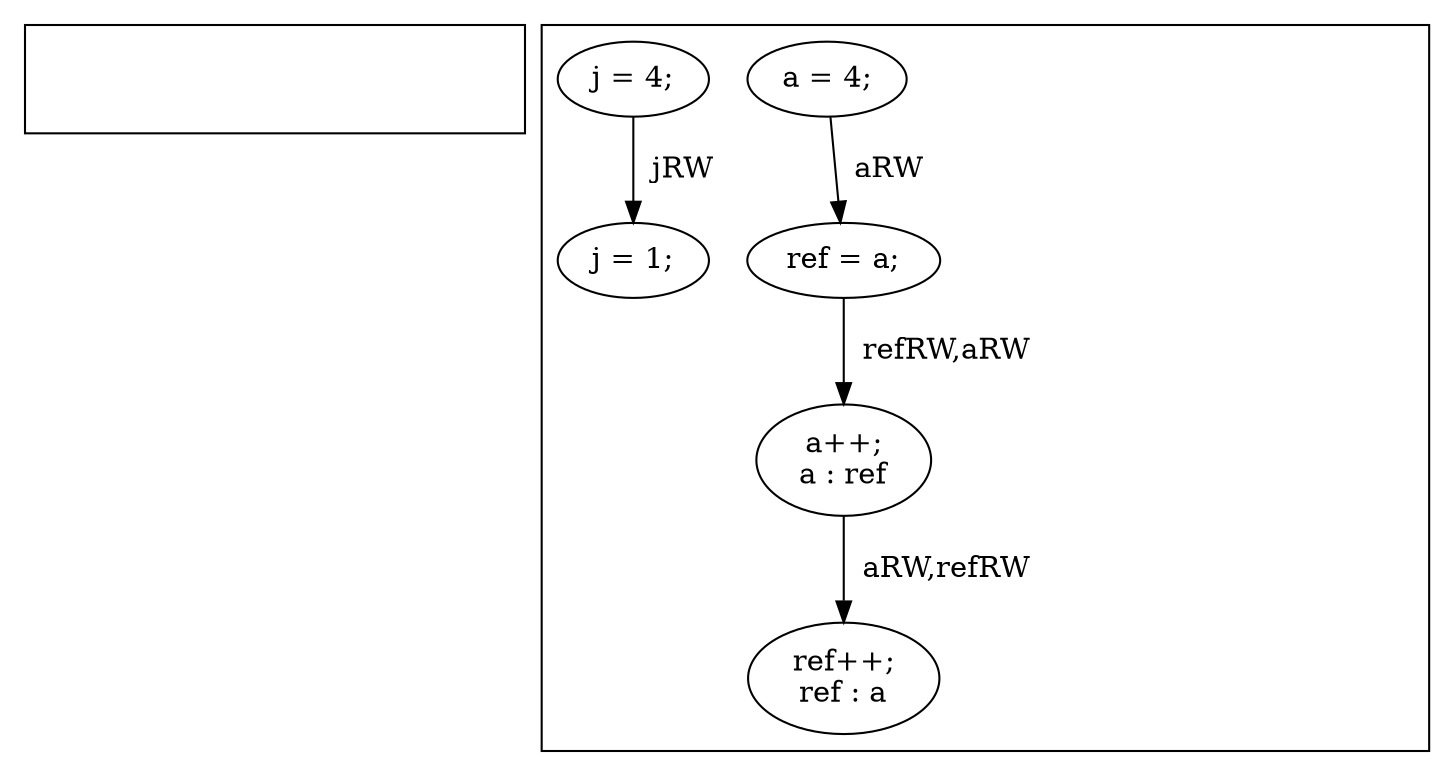
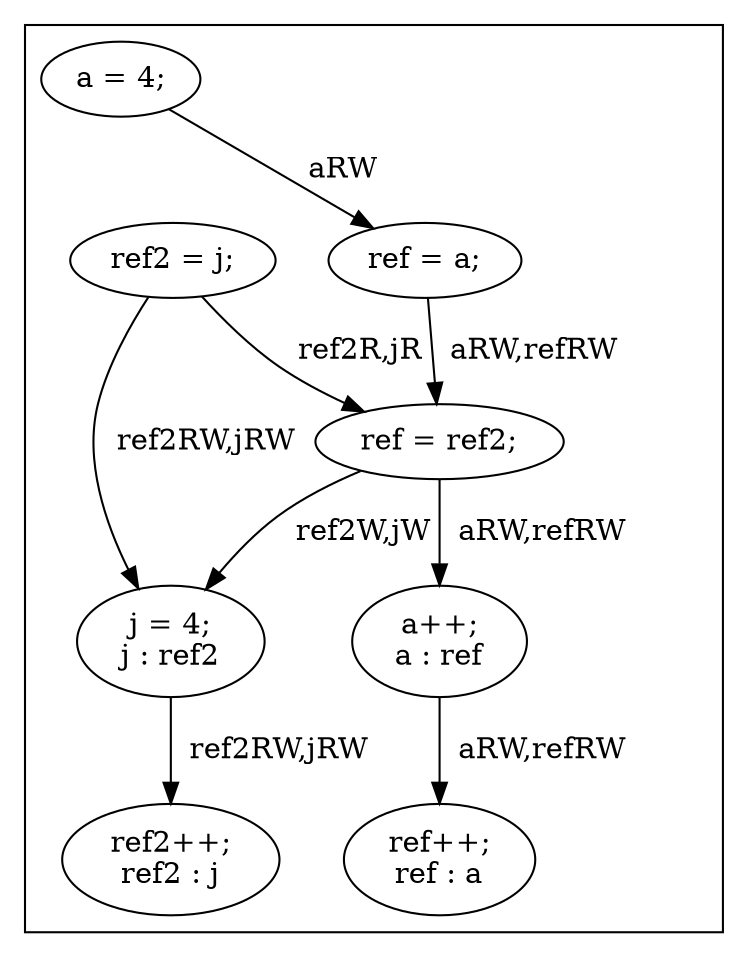
digraph G {
subgraph cluster_f0 {
    invisibleNodeScope_0 [style=invis];
- }
- subgraph cluster_f1 {
-     invisibleNodeScope_1 [style=invis];
    0 [label="a = 4;"];
-     0 -> 1[label="  aRW"];
-     1 [label="ref = a;"];
-     1 -> 3[label="  refRW,aRW"];
-     2 [label="j = 4;"];
-     2 -> 4[label="  jRW"];
-     3 [label="a++;
+     1 [label="ref2 = j;"];
+     2 [label="ref = a;"];
+     3 [label="ref = ref2;"];
+     4 [label="j = 4;
+ j : ref2"];
+     5 [label="a++;
a : ref"];
-     3 -> 5[label="  aRW,refRW"];
-     4 [label="j = 1;"];
-     5 [label="ref++;
+     6 [label="ref2++;
+ ref2 : j"];
+     7 [label="ref++;
ref : a"];
}
+     0 -> 2[label="  aRW"];
+     1 -> 3[label="  ref2R,jR"];
+     1 -> 4[label="  ref2RW,jRW"];
+     2 -> 3[label="  aRW,refRW"];
+     3 -> 4[label="  ref2W,jW"];
+     3 -> 5[label="  aRW,refRW"];
+     4 -> 6[label="  ref2RW,jRW"];
+     5 -> 7[label="  aRW,refRW"];
}
